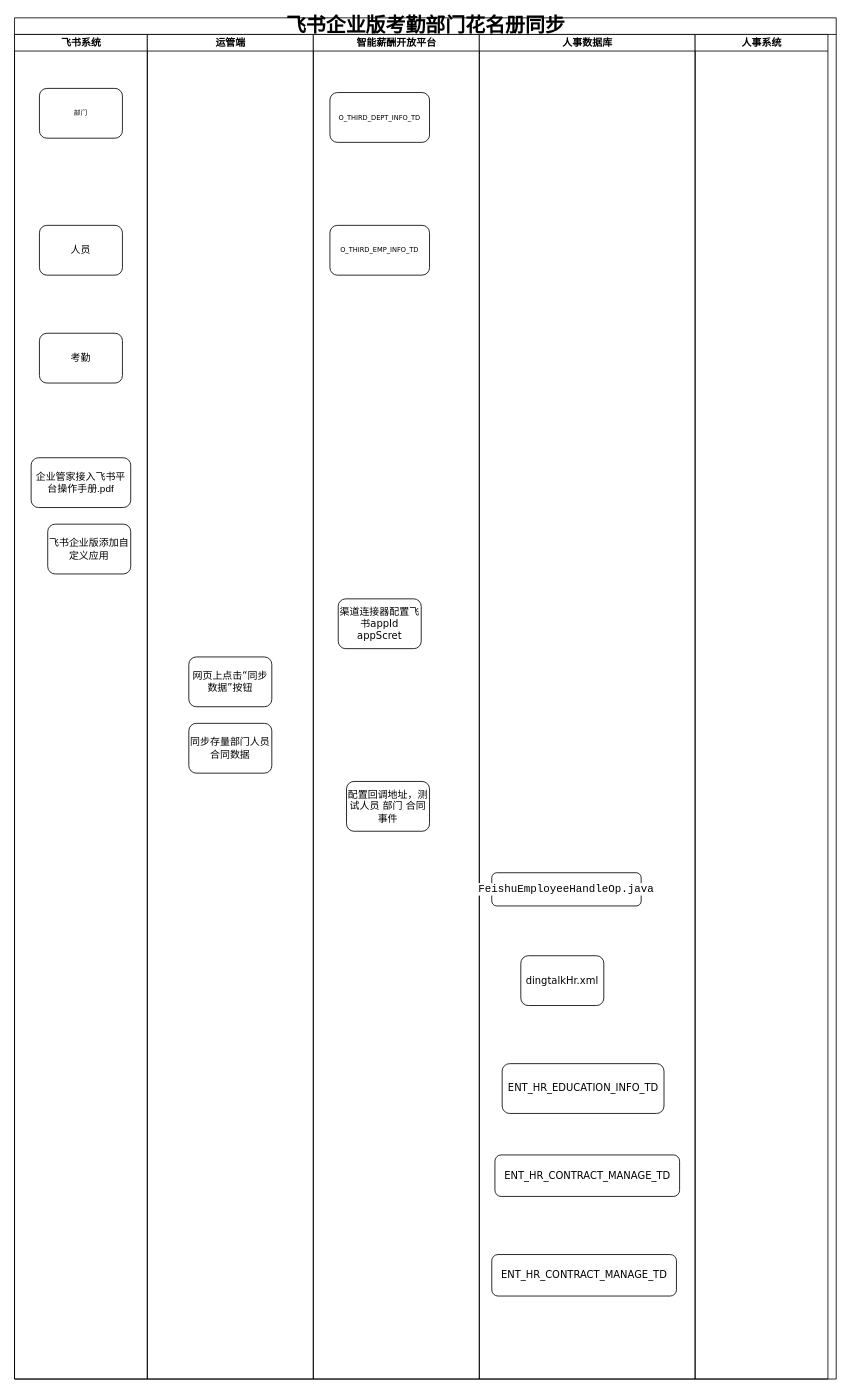
Before: 飞书企业版考勤部门花名册同步.drawio in wdidada126/langnote, a draw.io diagram. Source tidied: cells renumbered, new cells numbered last; positions are measured from the earlier drawing's top-left corner, leaving out a move shared by most shapes. Both pictures are drawn from the tidied source at 83%, with x=0, y=0 at pixel (14, 17).
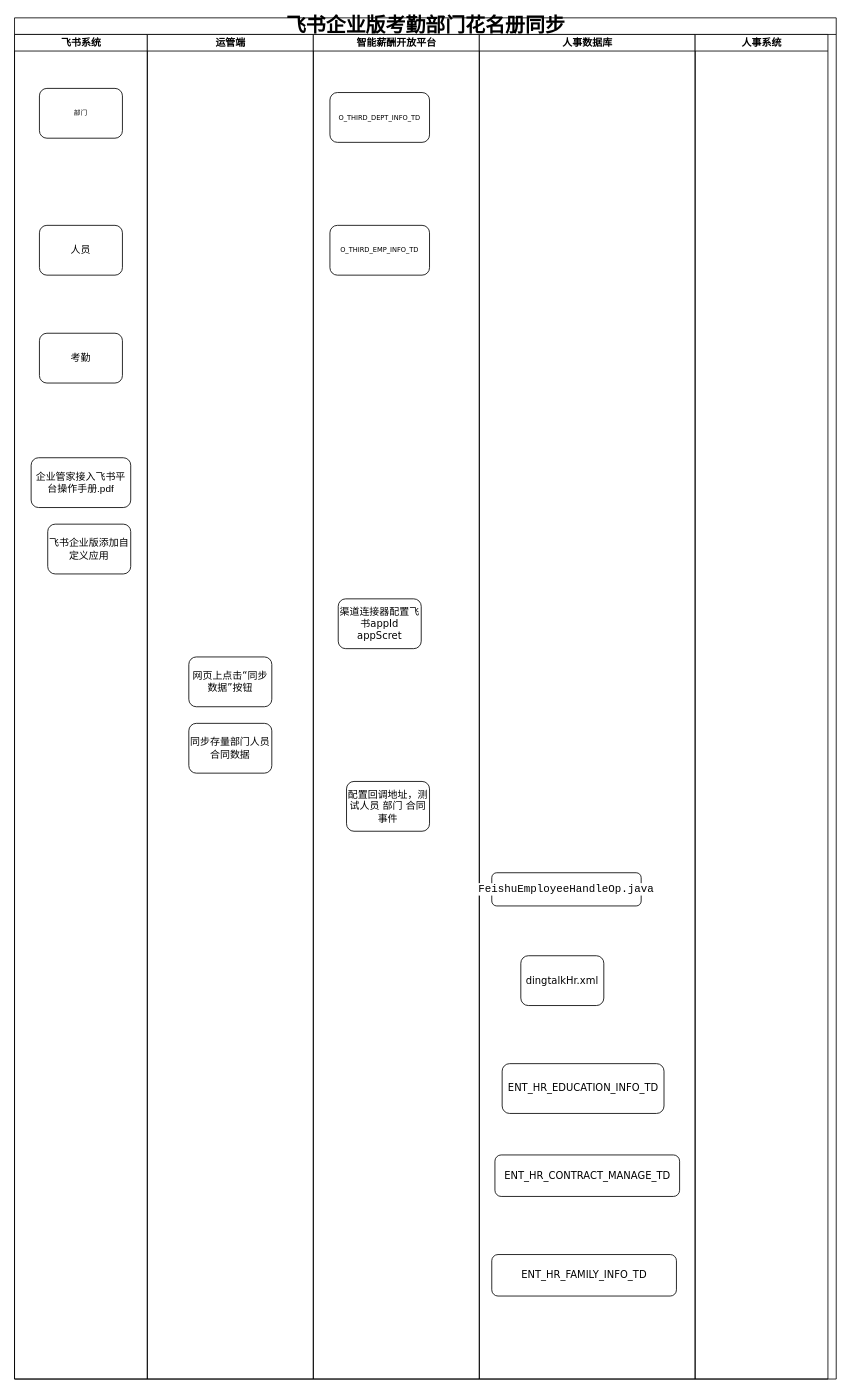
The same page after the edit.

Unchanged cells that the change refers to:
```xml
<mxCell id="17" value="人事数据库" style="swimlane;html=1;startSize=20;" parent="2" vertex="1">
  <mxGeometry x="560" y="20" width="260" height="1620" as="geometry" />
</mxCell>
```

What changed in the source:
```diff
@@
-    <mxCell id="22" value="&lt;font style=&quot;font-size: 12px;&quot;&gt;ENT_HR_CONTRACT_MANAGE_TD&lt;/font&gt;" style="rounded=1;whiteSpace=wrap;html=1;shadow=0;labelBackgroundColor=none;strokeWidth=1;fontFamily=Verdana;fontSize=8;align=center;" parent="17" vertex="1">
+    <mxCell id="22" value="&lt;font style=&quot;font-size: 12px;&quot;&gt;ENT_HR_FAMILY_INFO_TD&lt;/font&gt;" style="rounded=1;whiteSpace=wrap;html=1;shadow=0;labelBackgroundColor=none;strokeWidth=1;fontFamily=Verdana;fontSize=8;align=center;" parent="17" vertex="1">
       <mxGeometry x="15" y="1470" width="222.5" height="50" as="geometry" />
     </mxCell>
```
